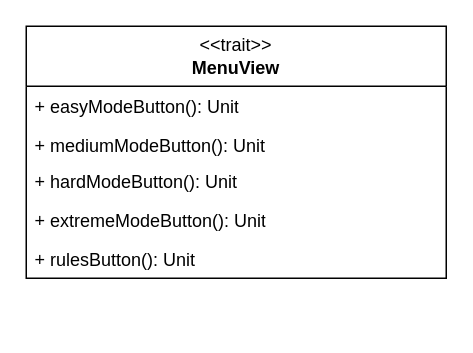
Before: page "menuView" (13 of 15) of mastermind.drawio in Totti00/PPS-22-mastermind, a draw.io diagram. Source tidied: cells renumbered, new cells numbered last; positions are measured from the earlier drawing's top-left corner, leaving out a move shared by most shapes. Both pictures are drawn from the tidied source at 150%, with x=0, y=0 at pixel (26, 26).
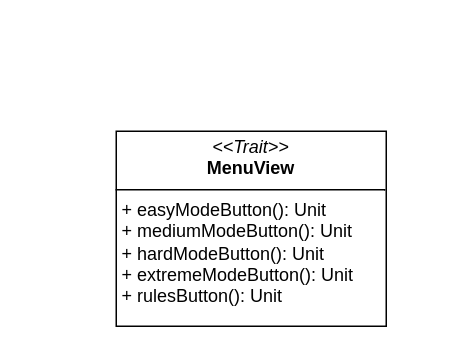
The same diagram, later.

Change to the diagram source:
```diff
@@
 <mxGraphModel>
   <root>
     <mxCell id="0" />
     <mxCell id="1" parent="0" />
-    <mxCell id="2" value="&amp;lt;&amp;lt;trait&amp;gt;&amp;gt;&lt;div&gt;&lt;b&gt;MenuView&lt;/b&gt;&lt;/div&gt;" style="swimlane;fontStyle=0;horizontal=1;startSize=40;fillColor=none;whiteSpace=wrap;html=1;" parent="1" vertex="1">
-      <mxGeometry width="280" height="168" as="geometry" />
-    </mxCell>
-    <mxCell id="3" value="+ easyModeButton(): Unit" style="text;strokeColor=none;fillColor=none;align=left;verticalAlign=top;spacingLeft=4;spacingRight=4;overflow=hidden;whiteSpace=wrap;html=1;" parent="2" vertex="1">
-      <mxGeometry y="40" width="280" height="26" as="geometry" />
-    </mxCell>
-    <mxCell id="4" value="+ mediumModeButton(): Unit" style="text;strokeColor=none;fillColor=none;align=left;verticalAlign=top;spacingLeft=4;spacingRight=4;overflow=hidden;whiteSpace=wrap;html=1;" parent="2" vertex="1">
-      <mxGeometry y="66" width="280" height="24" as="geometry" />
-    </mxCell>
-    <mxCell id="5" value="+ hardModeButton(): Unit" style="text;strokeColor=none;fillColor=none;align=left;verticalAlign=top;spacingLeft=4;spacingRight=4;overflow=hidden;whiteSpace=wrap;html=1;" parent="2" vertex="1">
-      <mxGeometry y="90" width="280" height="26" as="geometry" />
-    </mxCell>
-    <mxCell id="6" value="+ extremeModeButton(): Unit" style="text;strokeColor=none;fillColor=none;align=left;verticalAlign=top;spacingLeft=4;spacingRight=4;overflow=hidden;whiteSpace=wrap;html=1;" parent="2" vertex="1">
-      <mxGeometry y="116" width="280" height="26" as="geometry" />
-    </mxCell>
-    <mxCell id="7" value="+ rulesButton(): Unit" style="text;strokeColor=none;fillColor=none;align=left;verticalAlign=top;spacingLeft=4;spacingRight=4;overflow=hidden;whiteSpace=wrap;html=1;" parent="2" vertex="1">
-      <mxGeometry y="142" width="280" height="26" as="geometry" />
-    </mxCell>
+    <mxCell id="8" value="&lt;p style=&quot;margin:0px;margin-top:4px;text-align:center;&quot;&gt;&lt;i&gt;&amp;lt;&amp;lt;Trait&amp;gt;&amp;gt;&lt;/i&gt;&lt;br&gt;&lt;b&gt;MenuView&lt;/b&gt;&lt;/p&gt;&lt;hr size=&quot;1&quot; style=&quot;border-style:solid;&quot;&gt;&lt;p style=&quot;margin:0px;margin-left:4px;&quot;&gt;+ easyModeButton(): Unit&lt;/p&gt;&lt;p style=&quot;margin:0px;margin-left:4px;&quot;&gt;+ mediumModeButton(): Unit&lt;/p&gt;&lt;p style=&quot;margin:0px;margin-left:4px;&quot;&gt;+ hardModeButton(): Unit&lt;/p&gt;&lt;p style=&quot;margin:0px;margin-left:4px;&quot;&gt;+ extremeModeButton(): Unit&lt;/p&gt;&lt;p style=&quot;margin:0px;margin-left:4px;&quot;&gt;+ rulesButton(): Unit&lt;/p&gt;" style="verticalAlign=top;align=left;overflow=fill;html=1;whiteSpace=wrap;" parent="1" vertex="1">
+      <mxGeometry x="60" y="70" width="180" height="130" as="geometry" />
+    </mxCell>
   </root>
 </mxGraphModel>
```
